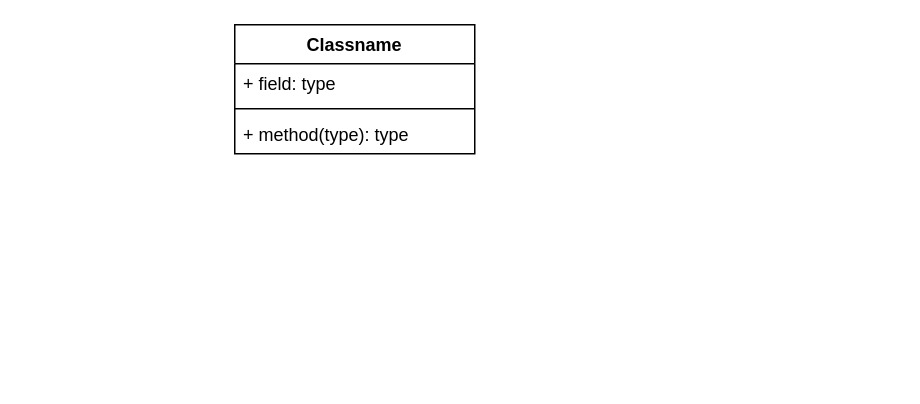
This is doc/UMLdiagram.drawio from CMPUT301W21T26/CrowdTest, a draw.io file, before an edit. Source tidied: cells renumbered, new cells numbered last; positions are measured from the earlier drawing's top-left corner, leaving out a move shared by most shapes. Both pictures are drawn from the tidied source at 150%, with x=0, y=0 at pixel (234, 24).
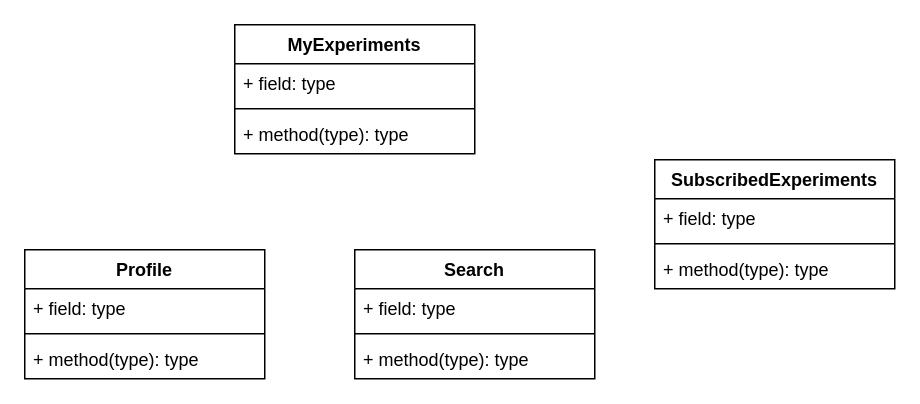
After the change.

The edit, as a diff of the source:
```diff
@@
 <mxGraphModel>
   <root>
     <mxCell id="0" />
     <mxCell id="1" parent="0" />
-    <mxCell id="2" value="Classname" style="swimlane;fontStyle=1;align=center;verticalAlign=top;horizontal=1;startSize=26;" parent="1" vertex="1">
+    <mxCell id="2" value="MyExperiments" style="swimlane;fontStyle=1;align=center;verticalAlign=top;horizontal=1;startSize=26;" parent="1" vertex="1">
       <mxGeometry width="160" height="86" as="geometry" />
     </mxCell>
     <mxCell id="3" value="+ field: type" style="text;strokeColor=none;fillColor=none;align=left;verticalAlign=top;spacingLeft=4;spacingRight=4;overflow=hidden;" parent="2" vertex="1">
       <mxGeometry y="26" width="160" height="26" as="geometry" />
     </mxCell>
     <mxCell id="4" style="line;strokeWidth=1;fillColor=none;align=left;verticalAlign=middle;spacingTop=-1;spacingLeft=3;spacingRight=3;labelPosition=right;" parent="2" vertex="1">
       <mxGeometry y="52" width="160" height="8" as="geometry" />
     </mxCell>
     <mxCell id="5" value="+ method(type): type" style="text;strokeColor=none;fillColor=none;align=left;verticalAlign=top;spacingLeft=4;spacingRight=4;overflow=hidden;" parent="2" vertex="1">
       <mxGeometry y="60" width="160" height="26" as="geometry" />
     </mxCell>
+    <mxCell id="6" value="Profile" style="swimlane;fontStyle=1;align=center;verticalAlign=top;horizontal=1;startSize=26;" parent="1" vertex="1">
+      <mxGeometry x="-140" y="150" width="160" height="86" as="geometry" />
+    </mxCell>
+    <mxCell id="7" value="+ field: type" style="text;strokeColor=none;fillColor=none;align=left;verticalAlign=top;spacingLeft=4;spacingRight=4;overflow=hidden;" parent="6" vertex="1">
+      <mxGeometry y="26" width="160" height="26" as="geometry" />
+    </mxCell>
+    <mxCell id="8" style="line;strokeWidth=1;fillColor=none;align=left;verticalAlign=middle;spacingTop=-1;spacingLeft=3;spacingRight=3;labelPosition=right;" parent="6" vertex="1">
+      <mxGeometry y="52" width="160" height="8" as="geometry" />
+    </mxCell>
+    <mxCell id="9" value="+ method(type): type" style="text;strokeColor=none;fillColor=none;align=left;verticalAlign=top;spacingLeft=4;spacingRight=4;overflow=hidden;" parent="6" vertex="1">
+      <mxGeometry y="60" width="160" height="26" as="geometry" />
+    </mxCell>
+    <mxCell id="10" value="Search" style="swimlane;fontStyle=1;align=center;verticalAlign=top;horizontal=1;startSize=26;" parent="1" vertex="1">
+      <mxGeometry x="80" y="150" width="160" height="86" as="geometry" />
+    </mxCell>
+    <mxCell id="11" value="+ field: type" style="text;strokeColor=none;fillColor=none;align=left;verticalAlign=top;spacingLeft=4;spacingRight=4;overflow=hidden;" parent="10" vertex="1">
+      <mxGeometry y="26" width="160" height="26" as="geometry" />
+    </mxCell>
+    <mxCell id="12" style="line;strokeWidth=1;fillColor=none;align=left;verticalAlign=middle;spacingTop=-1;spacingLeft=3;spacingRight=3;labelPosition=right;" parent="10" vertex="1">
+      <mxGeometry y="52" width="160" height="8" as="geometry" />
+    </mxCell>
+    <mxCell id="13" value="+ method(type): type" style="text;strokeColor=none;fillColor=none;align=left;verticalAlign=top;spacingLeft=4;spacingRight=4;overflow=hidden;" parent="10" vertex="1">
+      <mxGeometry y="60" width="160" height="26" as="geometry" />
+    </mxCell>
+    <mxCell id="14" value="SubscribedExperiments" style="swimlane;fontStyle=1;align=center;verticalAlign=top;horizontal=1;startSize=26;" parent="1" vertex="1">
+      <mxGeometry x="280" y="90" width="160" height="86" as="geometry" />
+    </mxCell>
+    <mxCell id="15" value="+ field: type" style="text;strokeColor=none;fillColor=none;align=left;verticalAlign=top;spacingLeft=4;spacingRight=4;overflow=hidden;" parent="14" vertex="1">
+      <mxGeometry y="26" width="160" height="26" as="geometry" />
+    </mxCell>
+    <mxCell id="16" style="line;strokeWidth=1;fillColor=none;align=left;verticalAlign=middle;spacingTop=-1;spacingLeft=3;spacingRight=3;labelPosition=right;" parent="14" vertex="1">
+      <mxGeometry y="52" width="160" height="8" as="geometry" />
+    </mxCell>
+    <mxCell id="17" value="+ method(type): type" style="text;strokeColor=none;fillColor=none;align=left;verticalAlign=top;spacingLeft=4;spacingRight=4;overflow=hidden;" parent="14" vertex="1">
+      <mxGeometry y="60" width="160" height="26" as="geometry" />
+    </mxCell>
   </root>
 </mxGraphModel>
```
